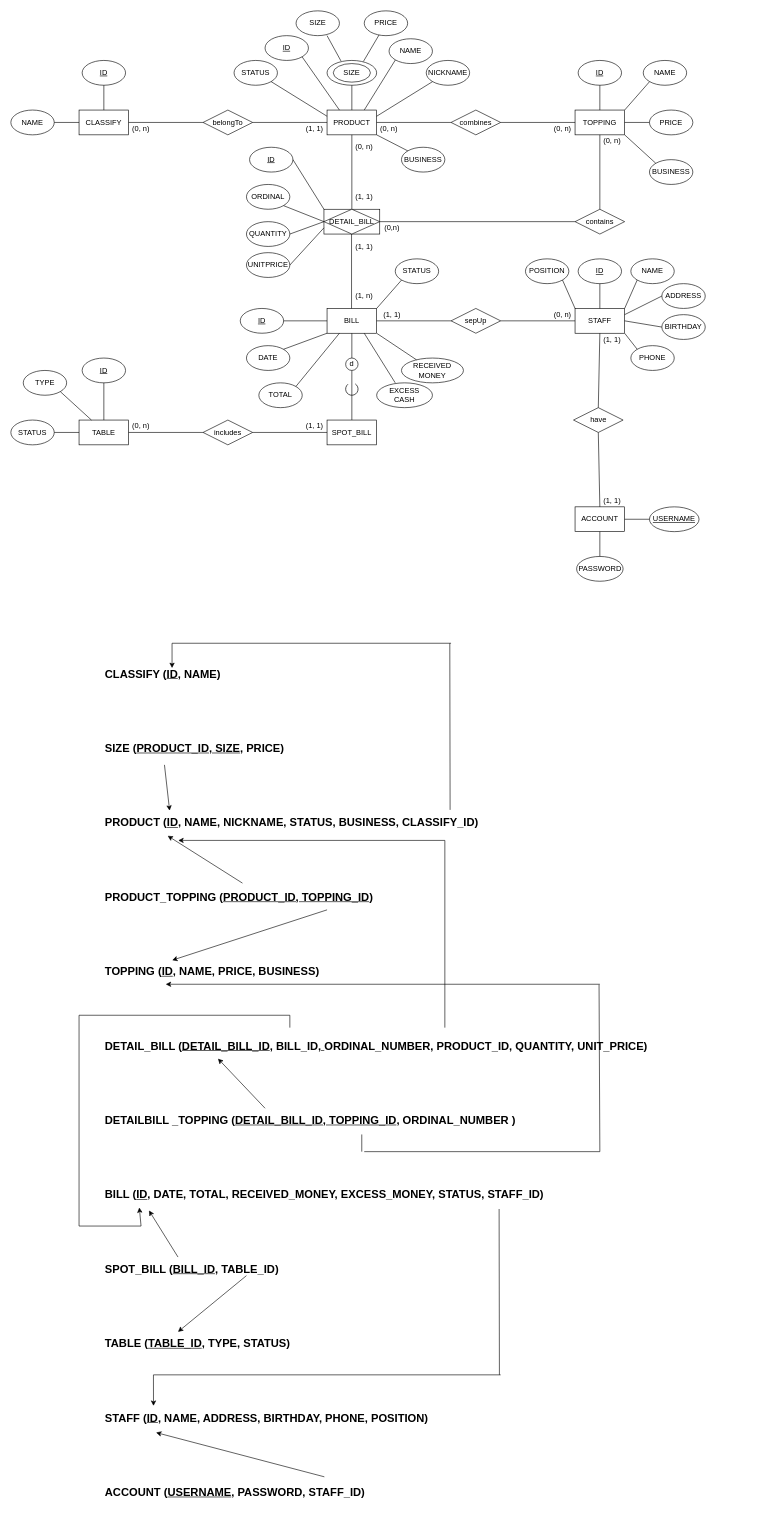
Earlier version of the draw.io diagram ERD/Coffee_Shop_ERD.drawio (hungtadasuke/CoffeShop_SoftwareTechnology). Source tidied: cells renumbered, new cells numbered last; positions are measured from the earlier drawing's top-left corner, leaving out a move shared by most shapes. Both pictures are drawn from the tidied source at 62%, with x=0, y=0 at pixel (11, 11).
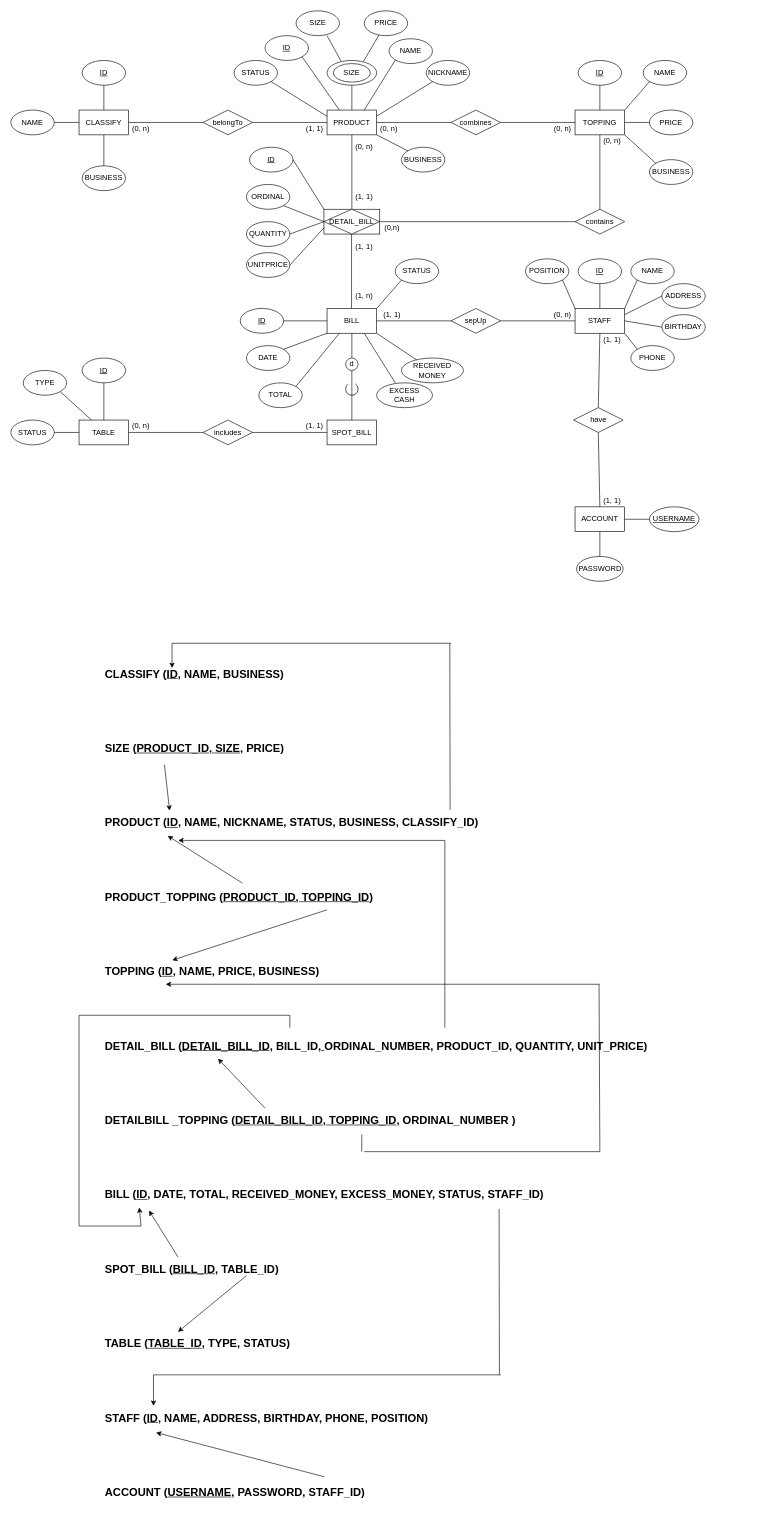
Above is the later version.

Unchanged cells that the change refers to:
```xml
<mxCell id="18" value="CLASSIFY" style="rounded=0;whiteSpace=wrap;html=1;" parent="1" vertex="1">
  <mxGeometry x="110" y="160" width="80" height="40" as="geometry" />
</mxCell>
```

What changed in the source:
```diff
@@
-    <mxCell id="122" value="&lt;font style=&quot;font-size: 18px&quot;&gt;CLASSIFY (&lt;u&gt;ID&lt;/u&gt;, NAME)&lt;/font&gt;" style="text;html=1;strokeColor=none;fillColor=none;align=left;verticalAlign=middle;whiteSpace=wrap;rounded=0;fontStyle=1;" parent="1" vertex="1">
+    <mxCell id="122" value="&lt;font style=&quot;font-size: 18px&quot;&gt;CLASSIFY (&lt;u&gt;ID&lt;/u&gt;, NAME, BUSINESS)&lt;/font&gt;" style="text;html=1;strokeColor=none;fillColor=none;align=left;verticalAlign=middle;whiteSpace=wrap;rounded=0;fontStyle=1;" parent="1" vertex="1">
       <mxGeometry x="150" y="1050" width="430" height="40" as="geometry" />
     </mxCell>
@@
+    <mxCell id="160" value="BUSINESS" style="ellipse;whiteSpace=wrap;html=1;" parent="1" vertex="1">
+      <mxGeometry x="115" y="250" width="70" height="40" as="geometry" />
+    </mxCell>
+    <mxCell id="161" style="endArrow=none;html=1;rounded=0;exitX=0.5;exitY=0;exitDx=0;exitDy=0;entryX=0.5;entryY=1;entryDx=0;entryDy=0;" parent="1" edge="1" source="160" target="18">
+      <mxGeometry relative="1" as="geometry" />
+    </mxCell>
```
